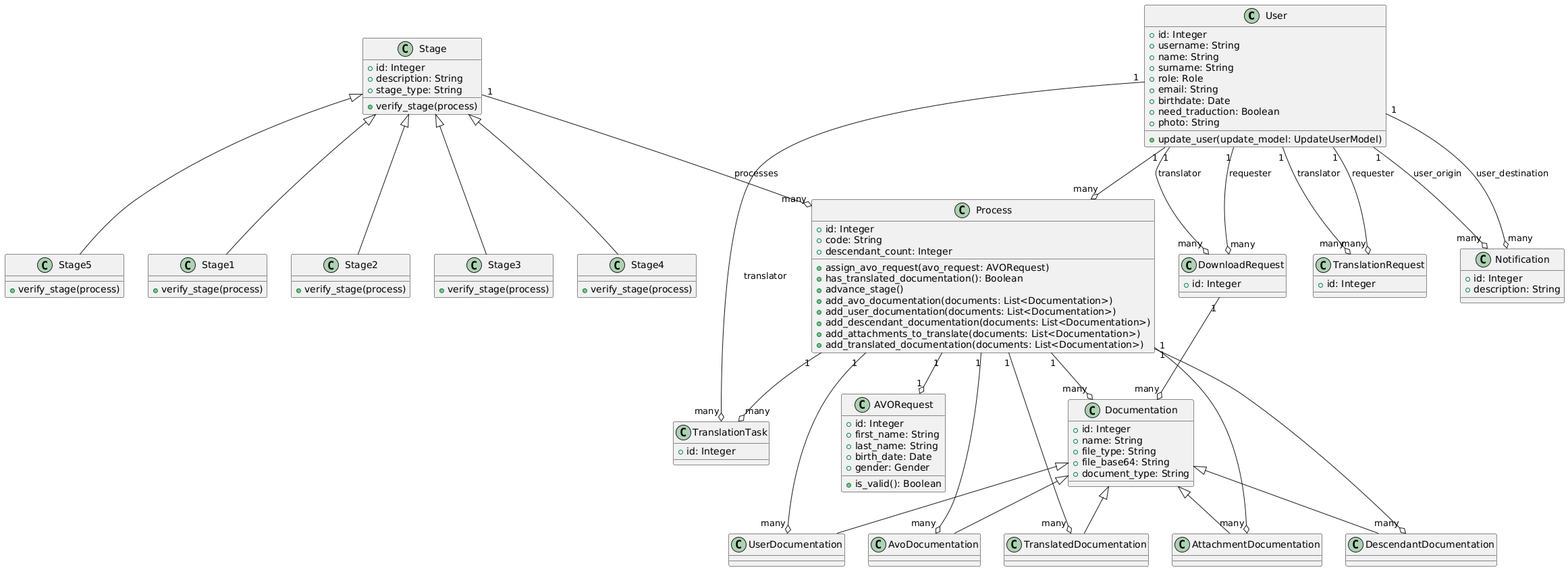
The PlantUML diagram documentation/Tramitarte Class Diagram.png in Equi00/Tramitarte, before a commit. The source it was exported from:
```plantuml
@startuml
class User {
    +id: Integer
    +username: String
    +name: String
    +surname: String
    +role: Role
    +email: String
    +birthdate: Date
    +need_traduction: Boolean
    +photo: String
    +update_user(update_model: UpdateUserModel)
}

class Process {
    +id: Integer
    +code: String
    +descendant_count: Integer
    +assign_avo_request(avo_request: AVORequest)
    +has_translated_documentation(): Boolean
    +advance_stage()
    +add_avo_documentation(documents: List<Documentation>)
    +add_user_documentation(documents: List<Documentation>)
    +add_descendant_documentation(documents: List<Documentation>)
    +add_attachments_to_translate(documents: List<Documentation>)
    +add_translated_documentation(documents: List<Documentation>)
}

class TranslationTask {
    +id: Integer
}

class TranslationRequest {
    +id: Integer
}

class Stage {
    +id: Integer
    +description: String
    +stage_type: String
    +verify_stage(process)
}

class Stage1 {
    +verify_stage(process)
}

class Stage2 {
    +verify_stage(process)
}

class Stage3 {
    +verify_stage(process)
}

class Stage4 {
    +verify_stage(process)
}

class Stage5 {
    +verify_stage(process)
}

class Notification {
    +id: Integer
    +description: String
}

class DownloadRequest {
    +id: Integer
}

class Documentation {
    +id: Integer
    +name: String
    +file_type: String
    +file_base64: String
    +document_type: String
}

class AvoDocumentation {}
class UserDocumentation {}
class DescendantDocumentation {}
class TranslatedDocumentation {}
class AttachmentDocumentation {}

class AVORequest {
    +id: Integer
    +first_name: String
    +last_name: String
    +birth_date: Date
    +gender: Gender
    +is_valid(): Boolean
}

User "1" --o "many" Process
User "1" --o "many" TranslationTask : translator
User "1" --o "many" TranslationRequest : requester
User "1" --o "many" TranslationRequest : translator
User "1" --o "many" Notification : user_origin
User "1" --o "many" Notification : user_destination
User "1" --o "many" DownloadRequest : translator
User "1" --o "many" DownloadRequest : requester

Process "1" --o "many" TranslationTask
Process "1" --o "many" Documentation
Process "1" --o "many" AvoDocumentation
Process "1" --o "many" UserDocumentation
Process "1" --o "many" DescendantDocumentation
Process "1" --o "many" TranslatedDocumentation
Process "1" --o "many" AttachmentDocumentation
Process "1" --o "1" AVORequest

Stage "1" --o "many" Process : processes

Stage <|-- Stage1
Stage <|-- Stage2
Stage <|-- Stage3
Stage <|-- Stage4
Stage <|-- Stage5

Documentation <|-- AvoDocumentation
Documentation <|-- UserDocumentation
Documentation <|-- DescendantDocumentation
Documentation <|-- TranslatedDocumentation
Documentation <|-- AttachmentDocumentation

DownloadRequest "1" --o "many" Documentation
@enduml
```
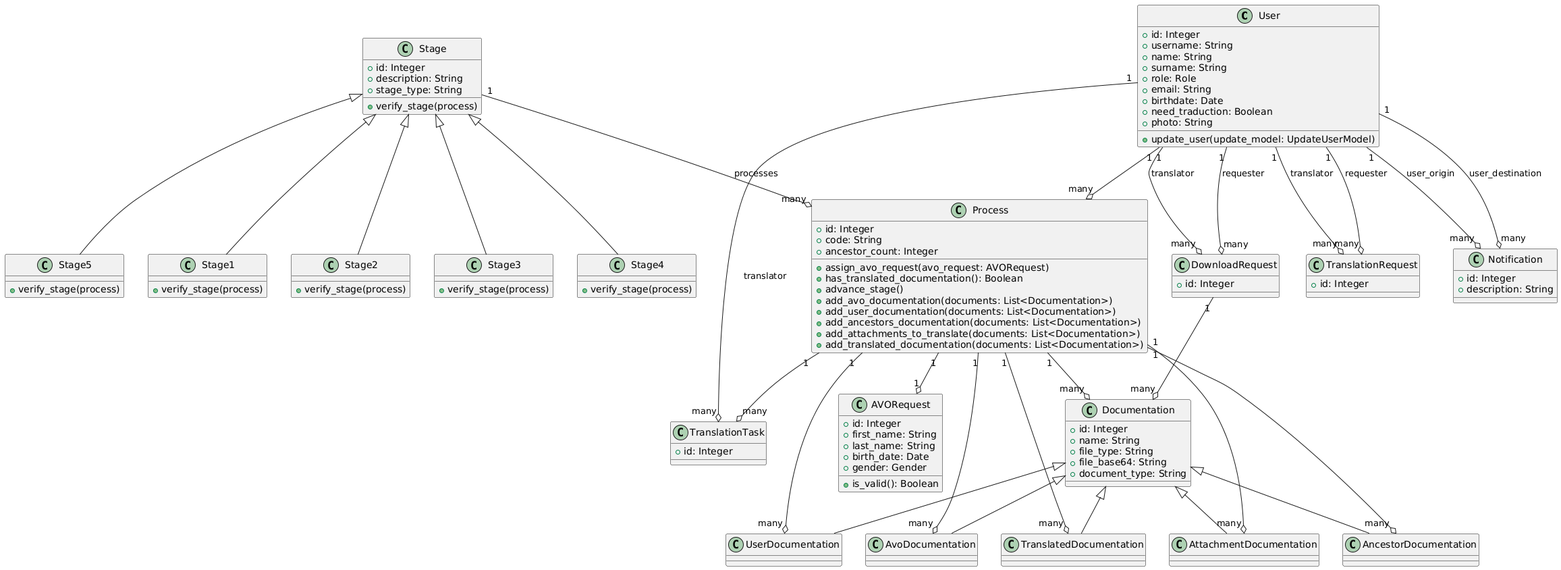
The same file after the commit.

Change to the diagram source:
```diff
@@ -15,13 +15,13 @@
 class Process {
     +id: Integer
     +code: String
-    +descendant_count: Integer
+    +ancestor_count: Integer
     +assign_avo_request(avo_request: AVORequest)
     +has_translated_documentation(): Boolean
     +advance_stage()
     +add_avo_documentation(documents: List<Documentation>)
     +add_user_documentation(documents: List<Documentation>)
-    +add_descendant_documentation(documents: List<Documentation>)
+    +add_ancestors_documentation(documents: List<Documentation>)
     +add_attachments_to_translate(documents: List<Documentation>)
     +add_translated_documentation(documents: List<Documentation>)
 }
@@ -80,7 +80,7 @@
 
 class AvoDocumentation {}
 class UserDocumentation {}
-class DescendantDocumentation {}
+class AncestorDocumentation {}
 class TranslatedDocumentation {}
 class AttachmentDocumentation {}
 
@@ -106,7 +106,7 @@
 Process "1" --o "many" Documentation
 Process "1" --o "many" AvoDocumentation
 Process "1" --o "many" UserDocumentation
-Process "1" --o "many" DescendantDocumentation
+Process "1" --o "many" AncestorDocumentation
 Process "1" --o "many" TranslatedDocumentation
 Process "1" --o "many" AttachmentDocumentation
 Process "1" --o "1" AVORequest
@@ -121,7 +121,7 @@
 
 Documentation <|-- AvoDocumentation
 Documentation <|-- UserDocumentation
-Documentation <|-- DescendantDocumentation
+Documentation <|-- AncestorDocumentation
 Documentation <|-- TranslatedDocumentation
 Documentation <|-- AttachmentDocumentation
 
```
